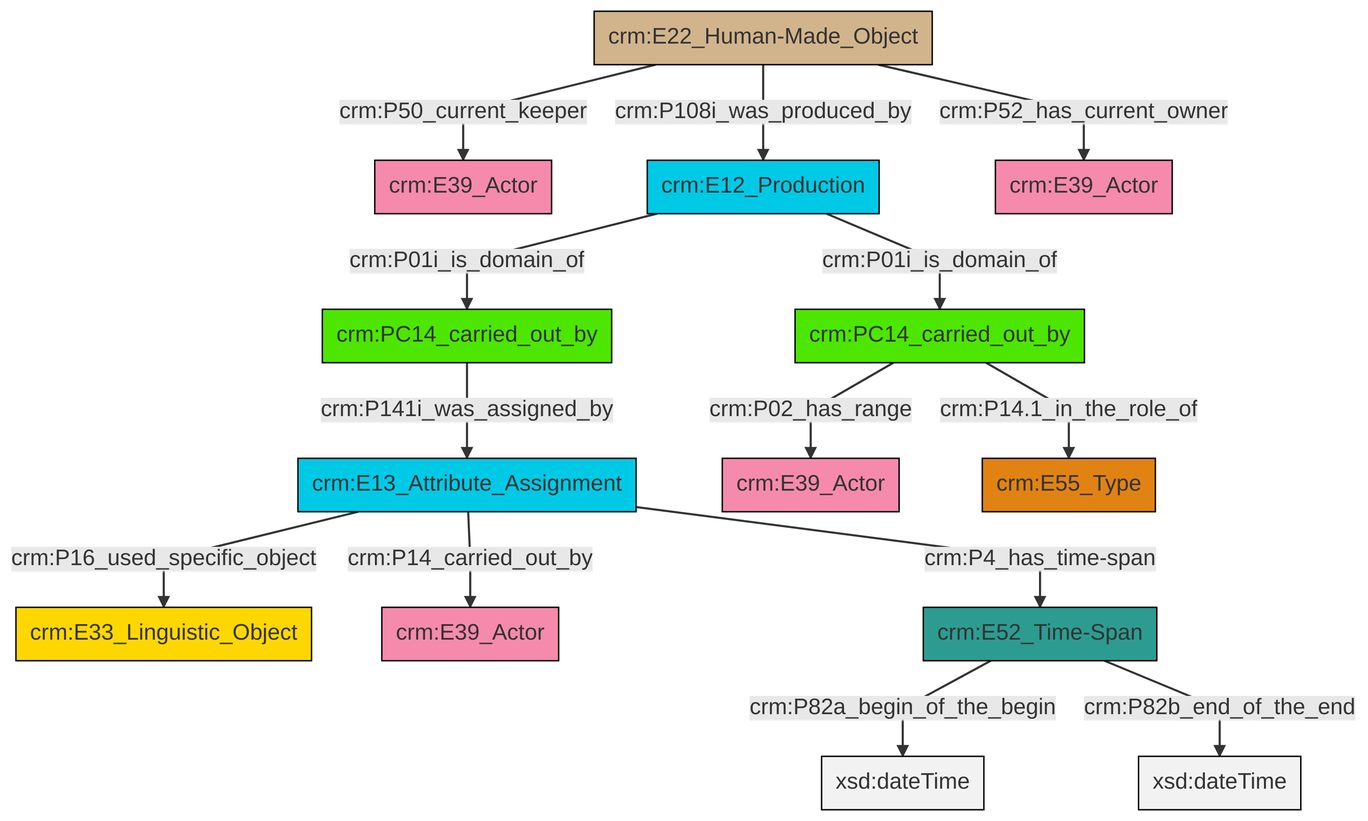
swiss-art-research-net/docs.swissartresearch keeps this Mermaid diagram as et/carrierCSV/ttl/mmd/png/carrier_relations.png. Above is the earlier version. Its source is kept beside it as et/carrierCSV/ttl/mmd/carrier_relations.ttl.mmd.
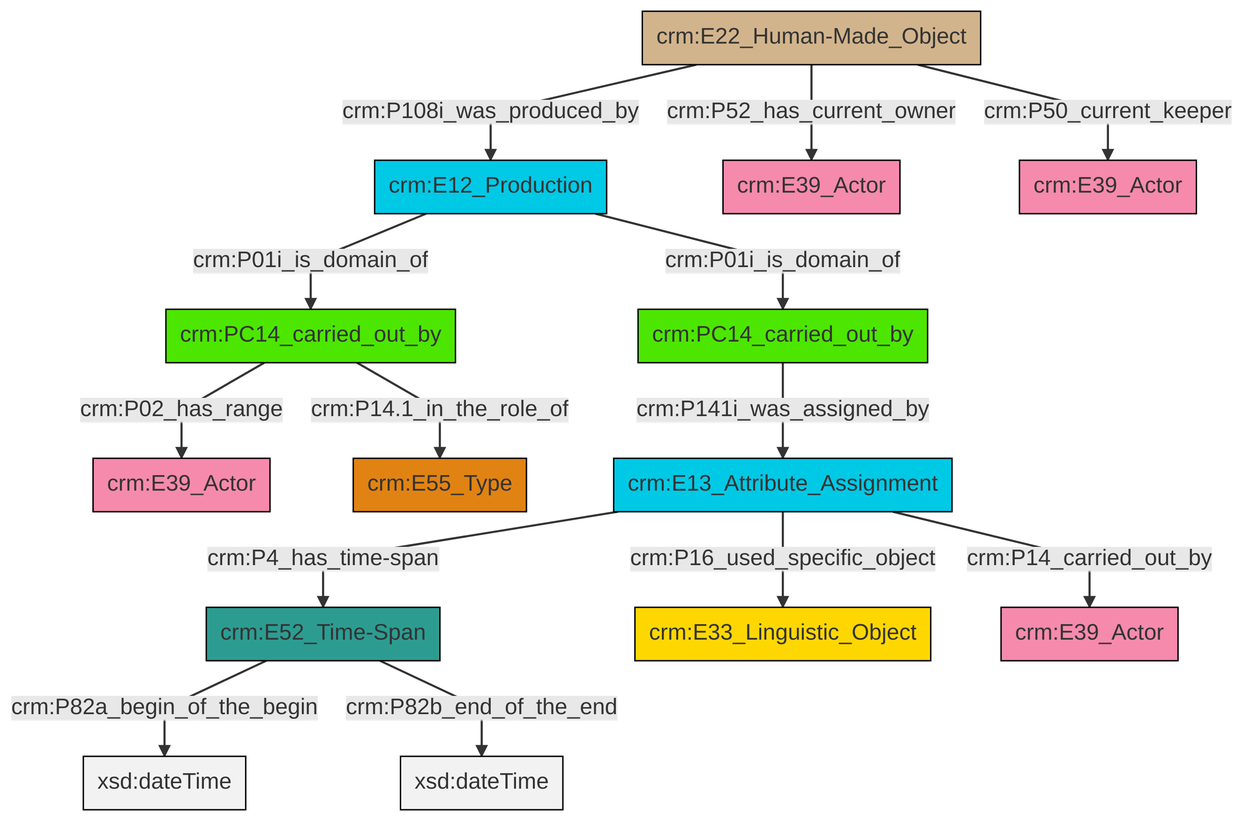
Later version of the same file.

The edit, as a diff of the source:
```diff
@@ -13,16 +13,16 @@
 classDef PC_Classes fill:#4ce600, stroke:#000000;
 classDef Multi fill:#cccccc,stroke:#000000;
 
-2["crm:PC14_carried_out_by"]:::PC_Classes -->|crm:P02_has_range| 3["crm:E39_Actor"]:::Actor
-10["crm:E13_Attribute_Assignment"]:::Temporal_Entity -->|crm:P16_used_specific_object| 6["crm:E33_Linguistic_Object"]:::Conceptual_Object
-11["crm:PC14_carried_out_by"]:::PC_Classes -->|crm:P141i_was_assigned_by| 10["crm:E13_Attribute_Assignment"]:::Temporal_Entity
-8["crm:E22_Human-Made_Object"]:::Physical_Thing -->|crm:P50_current_keeper| 0["crm:E39_Actor"]:::Actor
-12["crm:E52_Time-Span"]:::Time-Span -->|crm:P82a_begin_of_the_begin| 14[xsd:dateTime]:::Literal
-12["crm:E52_Time-Span"]:::Time-Span -->|crm:P82b_end_of_the_end| 16[xsd:dateTime]:::Literal
-8["crm:E22_Human-Made_Object"]:::Physical_Thing -->|crm:P108i_was_produced_by| 22["crm:E12_Production"]:::Temporal_Entity
-10["crm:E13_Attribute_Assignment"]:::Temporal_Entity -->|crm:P14_carried_out_by| 17["crm:E39_Actor"]:::Actor
-22["crm:E12_Production"]:::Temporal_Entity -->|crm:P01i_is_domain_of| 11["crm:PC14_carried_out_by"]:::PC_Classes
-22["crm:E12_Production"]:::Temporal_Entity -->|crm:P01i_is_domain_of| 2["crm:PC14_carried_out_by"]:::PC_Classes
-8["crm:E22_Human-Made_Object"]:::Physical_Thing -->|crm:P52_has_current_owner| 4["crm:E39_Actor"]:::Actor
-10["crm:E13_Attribute_Assignment"]:::Temporal_Entity -->|crm:P4_has_time-span| 12["crm:E52_Time-Span"]:::Time-Span
-2["crm:PC14_carried_out_by"]:::PC_Classes -->|crm:P14.1_in_the_role_of| 19["crm:E55_Type"]:::Type
+0["crm:E12_Production"]:::Temporal_Entity -->|crm:P01i_is_domain_of| 1["crm:PC14_carried_out_by"]:::PC_Classes
+0["crm:E12_Production"]:::Temporal_Entity -->|crm:P01i_is_domain_of| 2["crm:PC14_carried_out_by"]:::PC_Classes
+1["crm:PC14_carried_out_by"]:::PC_Classes -->|crm:P02_has_range| 3["crm:E39_Actor"]:::Actor
+2["crm:PC14_carried_out_by"]:::PC_Classes -->|crm:P141i_was_assigned_by| 4["crm:E13_Attribute_Assignment"]:::Temporal_Entity
+6["crm:E22_Human-Made_Object"]:::Physical_Thing -->|crm:P108i_was_produced_by| 0["crm:E12_Production"]:::Temporal_Entity
+4["crm:E13_Attribute_Assignment"]:::Temporal_Entity -->|crm:P4_has_time-span| 10["crm:E52_Time-Span"]:::Time-Span
+10["crm:E52_Time-Span"]:::Time-Span -->|crm:P82a_begin_of_the_begin| 11[xsd:dateTime]:::Literal
+1["crm:PC14_carried_out_by"]:::PC_Classes -->|crm:P14.1_in_the_role_of| 17["crm:E55_Type"]:::Type
+6["crm:E22_Human-Made_Object"]:::Physical_Thing -->|crm:P52_has_current_owner| 18["crm:E39_Actor"]:::Actor
+4["crm:E13_Attribute_Assignment"]:::Temporal_Entity -->|crm:P16_used_specific_object| 15["crm:E33_Linguistic_Object"]:::Conceptual_Object
+4["crm:E13_Attribute_Assignment"]:::Temporal_Entity -->|crm:P14_carried_out_by| 8["crm:E39_Actor"]:::Actor
+6["crm:E22_Human-Made_Object"]:::Physical_Thing -->|crm:P50_current_keeper| 21["crm:E39_Actor"]:::Actor
+10["crm:E52_Time-Span"]:::Time-Span -->|crm:P82b_end_of_the_end| 24[xsd:dateTime]:::Literal
```
